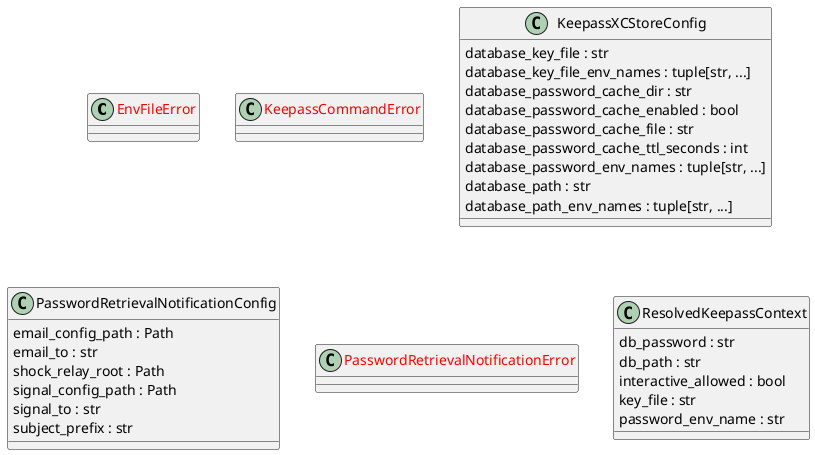
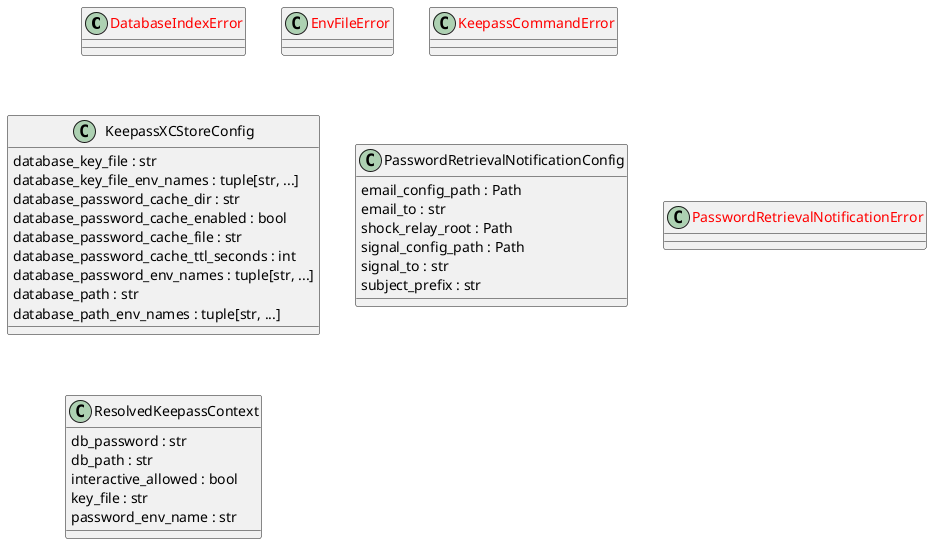
@startuml classes_auto-pass
set namespaceSeparator none
+ class "<color:red>DatabaseIndexError</color>" as src.auto_pass.dbindex.DatabaseIndexError {
+ }
class "<color:red>EnvFileError</color>" as src.auto_pass.envfile.EnvFileError {
}
class "<color:red>KeepassCommandError</color>" as src.auto_pass.keepassxc.KeepassCommandError {
}
class "KeepassXCStoreConfig" as src.auto_pass.keepassxc.KeepassXCStoreConfig {
  database_key_file : str
  database_key_file_env_names : tuple[str, ...]
  database_password_cache_dir : str
  database_password_cache_enabled : bool
  database_password_cache_file : str
  database_password_cache_ttl_seconds : int
  database_password_env_names : tuple[str, ...]
  database_path : str
  database_path_env_names : tuple[str, ...]
}
class "PasswordRetrievalNotificationConfig" as src.auto_pass.notifications.PasswordRetrievalNotificationConfig {
  email_config_path : Path
  email_to : str
  shock_relay_root : Path
  signal_config_path : Path
  signal_to : str
  subject_prefix : str
}
class "<color:red>PasswordRetrievalNotificationError</color>" as src.auto_pass.notifications.PasswordRetrievalNotificationError {
}
class "ResolvedKeepassContext" as src.auto_pass.keepassxc.ResolvedKeepassContext {
  db_password : str
  db_path : str
  interactive_allowed : bool
  key_file : str
  password_env_name : str
}
@enduml
